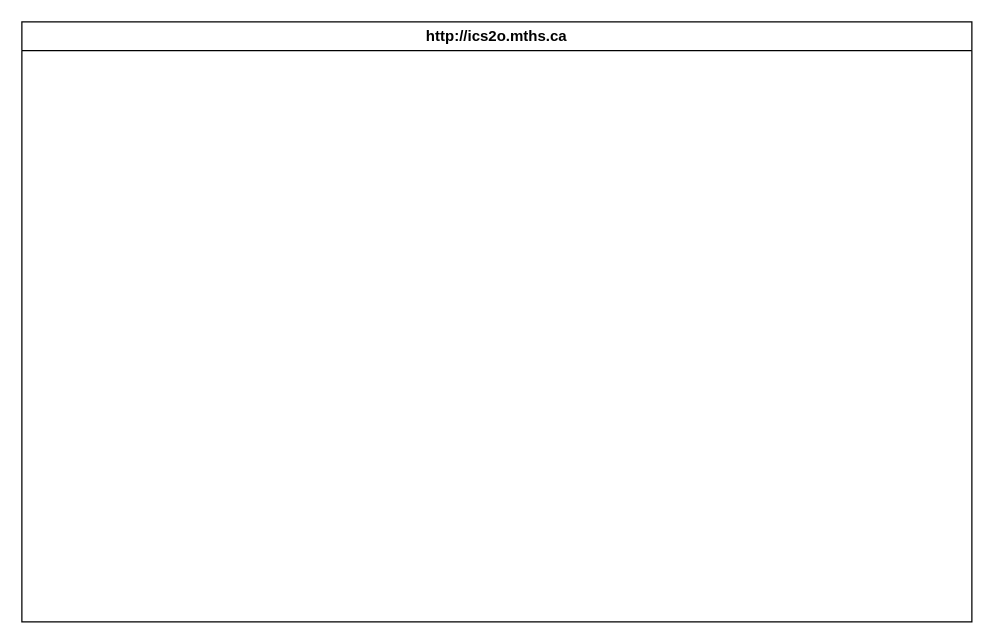
This is design/storyboard.drawio from MTHS-ICS2O-2-2022/ICS2O-Unit-6-03-timbradyy, a draw.io file, before an edit. Source tidied: cells renumbered, new cells numbered last; positions are measured from the earlier drawing's top-left corner, leaving out a move shared by most shapes. Both pictures are drawn from the tidied source at 125%, with x=0, y=0 at pixel (21, 21).
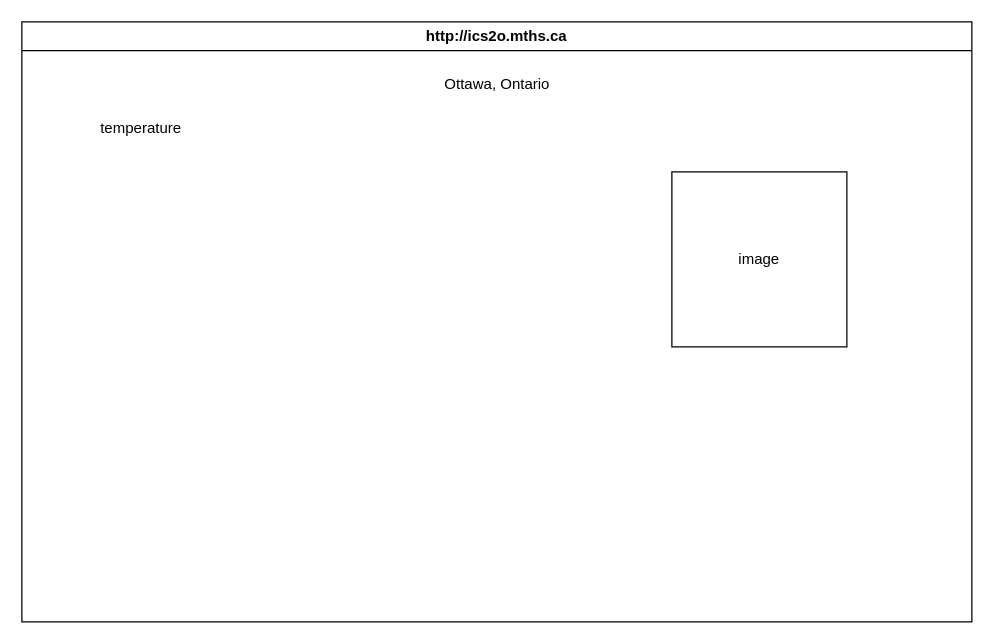
Above is the later version.

Diff of the diagram source:
```diff
@@
 <mxGraphModel>
   <root>
     <mxCell id="0" />
     <mxCell id="1" parent="0" />
     <mxCell id="2" value="http://ics2o.mths.ca" style="swimlane;whiteSpace=wrap;html=1;" parent="1" vertex="1">
       <mxGeometry width="760" height="480" as="geometry" />
     </mxCell>
+    <mxCell id="3" value="image" style="whiteSpace=wrap;html=1;" parent="2" vertex="1">
+      <mxGeometry x="520" y="120" width="140" height="140" as="geometry" />
+    </mxCell>
+    <mxCell id="4" value="temperature" style="text;html=1;align=center;verticalAlign=middle;strokeColor=none;fillColor=none;" parent="2" vertex="1">
+      <mxGeometry x="50" y="70" width="90" height="30" as="geometry" />
+    </mxCell>
+    <mxCell id="5" value="Ottawa, Ontario" style="text;html=1;align=center;verticalAlign=middle;strokeColor=none;fillColor=none;" parent="2" vertex="1">
+      <mxGeometry x="325" y="35" width="110" height="30" as="geometry" />
+    </mxCell>
   </root>
 </mxGraphModel>
```
